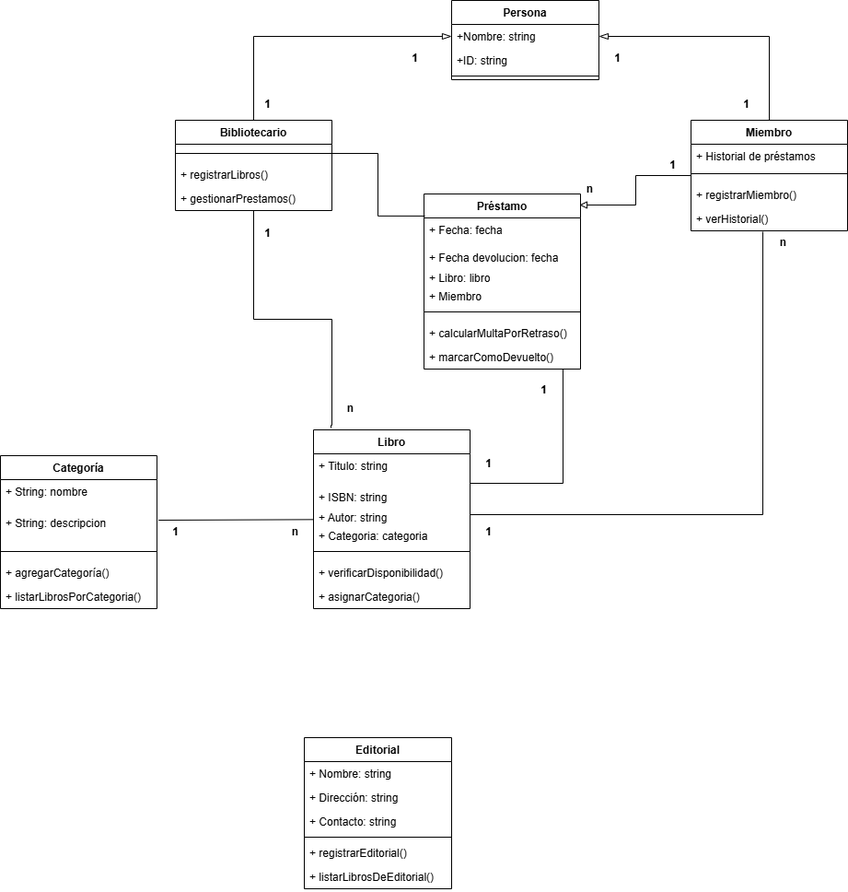
Before: diagramas_clases_biblioteca_2.drawio.png, a diagram exported from draw.io (Cdiagal/Realizaci-n-del-diagrama-de-clases). Source tidied: cells renumbered, new cells last; positions are measured from the earlier drawing's top-left corner, leaving out a move shared by most shapes.
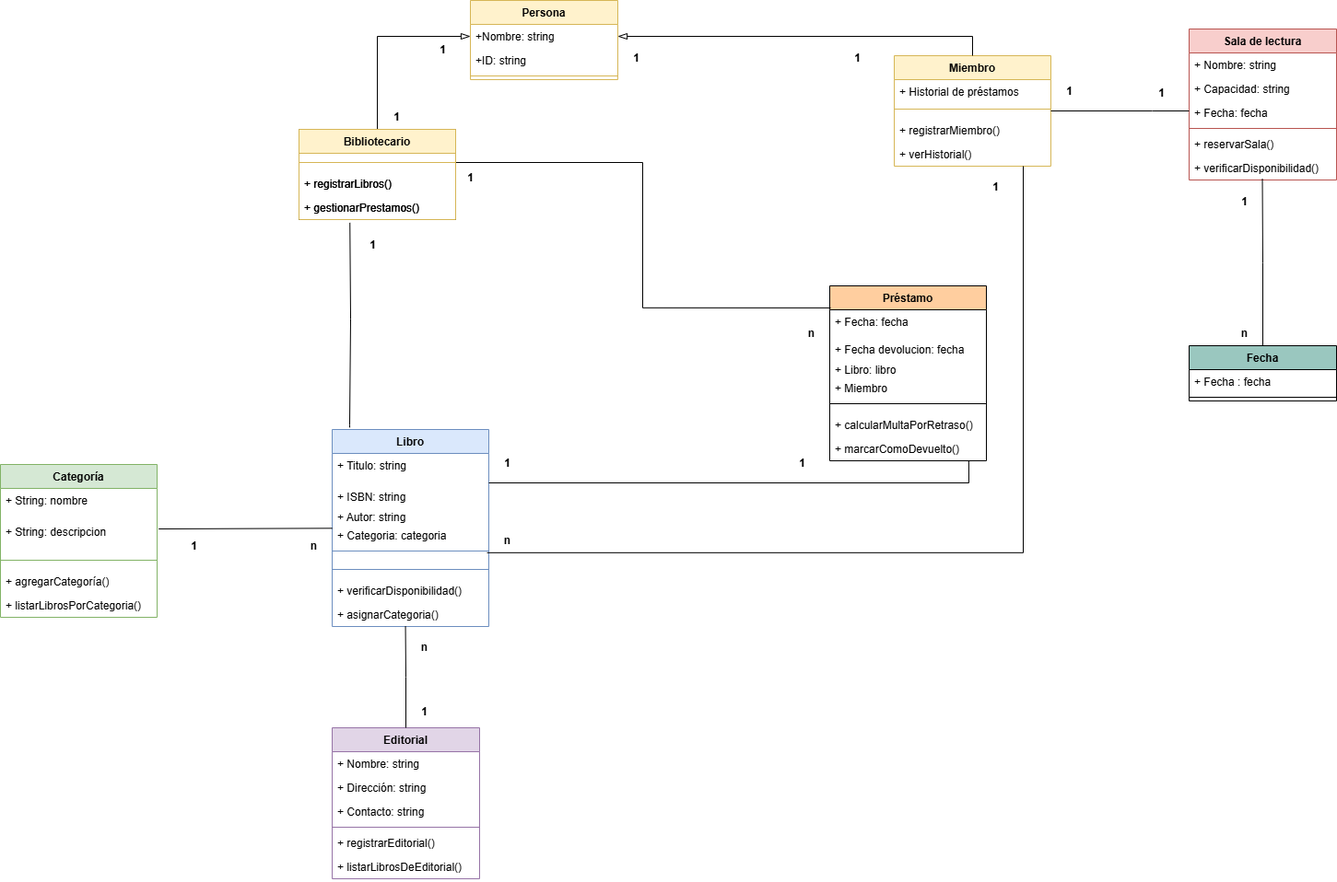
The same diagram one commit later.

What changed in the source:
```diff
@@ -4,4 +4,4 @@
     <mxCell id="1" parent="0" />
-    <mxCell id="2" value="Libro" style="swimlane;fontStyle=1;align=center;verticalAlign=top;horizontal=1;startSize=26;whiteSpace=wrap;html=1;" parent="1" vertex="1">
-      <mxGeometry x="340" y="466" width="170" height="194" as="geometry" />
+    <mxCell id="2" value="Libro" style="swimlane;fontStyle=1;align=center;verticalAlign=top;horizontal=1;startSize=26;whiteSpace=wrap;html=1;fillColor=#dae8fc;strokeColor=#6c8ebf;" parent="1" vertex="1">
+      <mxGeometry x="340" y="466" width="170" height="214" as="geometry" />
     </mxCell>
@@ -22,10 +22,13 @@
     </mxCell>
+    <mxCell id="66" style="line;strokeWidth=1;fillColor=none;align=left;verticalAlign=middle;spacingTop=-1;spacingLeft=3;spacingRight=3;labelPosition=right;strokeColor=inherit;" parent="2" vertex="1">
+      <mxGeometry y="142" width="170" height="20" as="geometry" />
+    </mxCell>
     <mxCell id="8" value="+ verificarDisponibilidad()" style="text;strokeColor=none;fillColor=none;align=left;verticalAlign=top;spacingLeft=4;spacingRight=4;overflow=hidden;whiteSpace=wrap;html=1;" parent="2" vertex="1">
-      <mxGeometry y="142" width="170" height="26" as="geometry" />
+      <mxGeometry y="162" width="170" height="26" as="geometry" />
     </mxCell>
     <mxCell id="9" value="+ asignarCategoria()" style="text;strokeColor=none;fillColor=none;align=left;verticalAlign=top;spacingLeft=4;spacingRight=4;overflow=hidden;points=[[0,0.5],[1,0.5]];portConstraint=eastwest;whiteSpace=wrap;html=1;" parent="2" vertex="1">
-      <mxGeometry y="168" width="170" height="26" as="geometry" />
+      <mxGeometry y="188" width="170" height="26" as="geometry" />
     </mxCell>
-    <mxCell id="10" value="Miembro" style="swimlane;fontStyle=1;align=center;verticalAlign=top;horizontal=1;startSize=26;whiteSpace=wrap;html=1;" parent="1" vertex="1">
-      <mxGeometry x="750" y="130" width="170" height="120" as="geometry" />
+    <mxCell id="10" value="Miembro" style="swimlane;fontStyle=1;align=center;verticalAlign=top;horizontal=1;startSize=26;whiteSpace=wrap;html=1;fillColor=#fff2cc;strokeColor=#d6b656;" parent="1" vertex="1">
+      <mxGeometry x="950" y="60" width="170" height="120" as="geometry" />
     </mxCell>
@@ -43,4 +46,4 @@
     </mxCell>
-    <mxCell id="15" value="Préstamo" style="swimlane;fontStyle=1;align=center;verticalAlign=top;horizontal=1;startSize=26;whiteSpace=wrap;html=1;" parent="1" vertex="1">
-      <mxGeometry x="460" y="210" width="170" height="190" as="geometry" />
+    <mxCell id="15" value="Préstamo" style="swimlane;fontStyle=1;align=center;verticalAlign=top;horizontal=1;startSize=26;whiteSpace=wrap;html=1;fillColor=#FFCE9F;" parent="1" vertex="1">
+      <mxGeometry x="880" y="310" width="170" height="190" as="geometry" />
     </mxCell>
@@ -71,3 +74,3 @@
     <mxCell id="24" value="Bibliotecario" style="swimlane;fontStyle=1;align=center;verticalAlign=top;horizontal=1;startSize=26;whiteSpace=wrap;html=1;" parent="1" vertex="1">
-      <mxGeometry x="190" y="130" width="170" height="98" as="geometry" />
+      <mxGeometry x="304" y="140" width="170" height="98" as="geometry" />
     </mxCell>
@@ -82,10 +85,8 @@
     </mxCell>
-    <mxCell id="28" style="edgeStyle=orthogonalEdgeStyle;rounded=0;jettySize=auto;html=1;entryX=0.5;entryY=1.038;entryDx=0;entryDy=0;entryPerimeter=0;endArrow=none;endFill=0;exitX=0.112;exitY=-0.01;exitDx=0;exitDy=0;exitPerimeter=0;" parent="1" edge="1" source="2">
+    <mxCell id="28" style="edgeStyle=orthogonalEdgeStyle;rounded=0;jettySize=auto;html=1;entryX=0.325;entryY=1.132;entryDx=0;entryDy=0;entryPerimeter=0;endArrow=none;endFill=0;exitX=0.112;exitY=-0.01;exitDx=0;exitDy=0;exitPerimeter=0;" parent="1" edge="1" source="2" target="70">
       <mxGeometry relative="1" as="geometry">
-        <mxPoint x="275" y="228" as="targetPoint" />
         <Array as="points">
           <mxPoint x="359" y="461" />
-          <mxPoint x="360" y="461" />
           <mxPoint x="360" y="346" />
-          <mxPoint x="275" y="346" />
+          <mxPoint x="85" y="346" />
         </Array>
@@ -93,4 +94,4 @@
     </mxCell>
-    <mxCell id="29" value="Categoría" style="swimlane;fontStyle=1;align=center;verticalAlign=top;horizontal=1;startSize=26;whiteSpace=wrap;html=1;" parent="1" vertex="1">
-      <mxGeometry y="494" width="170" height="166" as="geometry" />
+    <mxCell id="29" value="Categoría" style="swimlane;fontStyle=1;align=center;verticalAlign=top;horizontal=1;startSize=26;whiteSpace=wrap;html=1;fillColor=#d5e8d4;strokeColor=#82b366;" parent="1" vertex="1">
+      <mxGeometry x="-20" y="504" width="170" height="166" as="geometry" />
     </mxCell>
@@ -118,8 +119,8 @@
     <mxCell id="37" value="n" style="text;align=center;fontStyle=1;verticalAlign=middle;spacingLeft=3;spacingRight=3;strokeColor=none;html=1;" parent="1" vertex="1">
-      <mxGeometry x="280" y="564" width="80" height="26" as="geometry" />
+      <mxGeometry x="280" y="580" width="80" height="26" as="geometry" />
     </mxCell>
     <mxCell id="38" value="1" style="text;align=center;fontStyle=1;verticalAlign=middle;spacingLeft=3;spacingRight=3;strokeColor=none;html=1;" parent="1" vertex="1">
-      <mxGeometry x="150" y="564" width="80" height="26" as="geometry" />
+      <mxGeometry x="150" y="580" width="80" height="26" as="geometry" />
     </mxCell>
-    <mxCell id="39" value="Persona" style="swimlane;fontStyle=1;align=center;verticalAlign=top;horizontal=1;startSize=26;whiteSpace=wrap;html=1;" parent="1" vertex="1">
+    <mxCell id="39" value="Persona" style="swimlane;fontStyle=1;align=center;verticalAlign=top;horizontal=1;startSize=26;whiteSpace=wrap;html=1;fillColor=#fff2cc;strokeColor=#d6b656;" parent="1" vertex="1">
       <mxGeometry x="490" width="160" height="86" as="geometry" />
@@ -139,19 +140,7 @@
     <mxCell id="44" value="n" style="text;align=center;fontStyle=1;verticalAlign=middle;spacingLeft=3;spacingRight=3;strokeColor=none;html=1;" parent="1" vertex="1">
-      <mxGeometry x="340" y="430" width="80" height="26" as="geometry" />
+      <mxGeometry x="820" y="349" width="80" height="26" as="geometry" />
     </mxCell>
     <mxCell id="45" value="1" style="text;align=center;fontStyle=1;verticalAlign=middle;spacingLeft=3;spacingRight=3;strokeColor=none;html=1;" parent="1" vertex="1">
-      <mxGeometry x="250" y="240" width="80" height="26" as="geometry" />
+      <mxGeometry x="344" y="253" width="80" height="26" as="geometry" />
     </mxCell>
-    <mxCell id="46" style="edgeStyle=orthogonalEdgeStyle;rounded=0;jettySize=auto;html=1;entryX=1;entryY=0.5;entryDx=0;entryDy=0;exitX=0.459;exitY=1.038;exitDx=0;exitDy=0;exitPerimeter=0;endArrow=none;endFill=0;" parent="1" edge="1" source="14" target="5">
-      <mxGeometry relative="1" as="geometry" />
-    </mxCell>
-    <mxCell id="47" style="edgeStyle=orthogonalEdgeStyle;rounded=0;jettySize=auto;html=1;entryX=0.994;entryY=0.063;entryDx=0;entryDy=0;endArrow=block;endFill=0;exitX=0;exitY=0.5;exitDx=0;exitDy=0;entryPerimeter=0;" parent="1" edge="1" source="10" target="15">
-      <mxGeometry relative="1" as="geometry" />
-    </mxCell>
-    <mxCell id="48" value="1" style="text;align=center;fontStyle=1;verticalAlign=middle;spacingLeft=3;spacingRight=3;strokeColor=none;html=1;" parent="1" vertex="1">
-      <mxGeometry x="690" y="166" width="80" height="26" as="geometry" />
-    </mxCell>
-    <mxCell id="49" value="n" style="text;align=center;fontStyle=1;verticalAlign=middle;spacingLeft=3;spacingRight=3;strokeColor=none;html=1;" parent="1" vertex="1">
-      <mxGeometry x="600" y="192" width="80" height="26" as="geometry" />
-    </mxCell>
     <mxCell id="50" value="1" style="text;align=center;fontStyle=1;verticalAlign=middle;spacingLeft=3;spacingRight=3;strokeColor=none;html=1;" parent="1" vertex="1">
@@ -159,10 +148,4 @@
     </mxCell>
-    <mxCell id="51" value="1" style="text;align=center;fontStyle=1;verticalAlign=middle;spacingLeft=3;spacingRight=3;strokeColor=none;html=1;" parent="1" vertex="1">
-      <mxGeometry x="490" y="564" width="80" height="26" as="geometry" />
-    </mxCell>
-    <mxCell id="52" value="n" style="text;align=center;fontStyle=1;verticalAlign=middle;spacingLeft=3;spacingRight=3;strokeColor=none;html=1;" parent="1" vertex="1">
-      <mxGeometry x="810" y="250" width="80" height="26" as="geometry" />
-    </mxCell>
     <mxCell id="53" value="1" style="text;align=center;fontStyle=1;verticalAlign=middle;spacingLeft=3;spacingRight=3;strokeColor=none;html=1;" parent="1" vertex="1">
-      <mxGeometry x="550" y="410" width="80" height="26" as="geometry" />
+      <mxGeometry x="810" y="490" width="80" height="26" as="geometry" />
     </mxCell>
@@ -175,12 +158,12 @@
     <mxCell id="56" value="1" style="text;align=center;fontStyle=1;verticalAlign=middle;spacingLeft=3;spacingRight=3;strokeColor=none;html=1;" parent="1" vertex="1">
-      <mxGeometry x="770" y="100" width="80" height="26" as="geometry" />
+      <mxGeometry x="870" y="50" width="80" height="26" as="geometry" />
     </mxCell>
     <mxCell id="57" value="1" style="text;align=center;fontStyle=1;verticalAlign=middle;spacingLeft=3;spacingRight=3;strokeColor=none;html=1;" parent="1" vertex="1">
-      <mxGeometry x="250" y="100" width="80" height="26" as="geometry" />
+      <mxGeometry x="370" y="114" width="80" height="26" as="geometry" />
     </mxCell>
     <mxCell id="58" value="1" style="text;align=center;fontStyle=1;verticalAlign=middle;spacingLeft=3;spacingRight=3;strokeColor=none;html=1;" parent="1" vertex="1">
-      <mxGeometry x="410" y="50" width="80" height="26" as="geometry" />
+      <mxGeometry x="420" y="41" width="80" height="26" as="geometry" />
     </mxCell>
-    <mxCell id="59" value="Editorial" style="swimlane;fontStyle=1;align=center;verticalAlign=top;horizontal=1;startSize=26;whiteSpace=wrap;html=1;" parent="1" vertex="1">
-      <mxGeometry x="330" y="800" width="160" height="164" as="geometry" />
+    <mxCell id="59" value="Editorial" style="swimlane;fontStyle=1;align=center;verticalAlign=top;horizontal=1;startSize=26;whiteSpace=wrap;html=1;fillColor=#e1d5e7;strokeColor=#9673a6;" parent="1" vertex="1">
+      <mxGeometry x="340" y="790" width="160" height="164" as="geometry" />
     </mxCell>
@@ -204,2 +187,92 @@
     </mxCell>
+    <mxCell id="67" value="Bibliotecario" style="swimlane;fontStyle=1;align=center;verticalAlign=top;horizontal=1;startSize=26;whiteSpace=wrap;html=1;fillColor=#fff2cc;strokeColor=#d6b656;" parent="1" vertex="1">
+      <mxGeometry x="304" y="140" width="170" height="98" as="geometry" />
+    </mxCell>
+    <mxCell id="68" style="line;strokeWidth=1;fillColor=none;align=left;verticalAlign=middle;spacingTop=-1;spacingLeft=3;spacingRight=3;labelPosition=right;strokeColor=inherit;" parent="67" vertex="1">
+      <mxGeometry y="26" width="170" height="20" as="geometry" />
+    </mxCell>
+    <mxCell id="69" value="+ registrarLibros()" style="text;strokeColor=none;fillColor=none;align=left;verticalAlign=top;spacingLeft=4;spacingRight=4;overflow=hidden;whiteSpace=wrap;html=1;" parent="67" vertex="1">
+      <mxGeometry y="46" width="170" height="26" as="geometry" />
+    </mxCell>
+    <mxCell id="70" value="+ gestionarPrestamos()" style="text;strokeColor=none;fillColor=none;align=left;verticalAlign=top;spacingLeft=4;spacingRight=4;overflow=hidden;points=[[0,0.5],[1,0.5]];portConstraint=eastwest;whiteSpace=wrap;html=1;" parent="67" vertex="1">
+      <mxGeometry y="72" width="170" height="26" as="geometry" />
+    </mxCell>
+    <mxCell id="71" style="edgeStyle=orthogonalEdgeStyle;rounded=0;jettySize=auto;html=1;entryX=0.468;entryY=0.995;entryDx=0;entryDy=0;entryPerimeter=0;endArrow=none;endFill=0;" parent="1" edge="1" source="59" target="9">
+      <mxGeometry relative="1" as="geometry" />
+    </mxCell>
+    <mxCell id="72" value="1" style="text;align=center;fontStyle=1;verticalAlign=middle;spacingLeft=3;spacingRight=3;strokeColor=none;html=1;" parent="1" vertex="1">
+      <mxGeometry x="400" y="760" width="80" height="26" as="geometry" />
+    </mxCell>
+    <mxCell id="73" value="n" style="text;align=center;fontStyle=1;verticalAlign=middle;spacingLeft=3;spacingRight=3;strokeColor=none;html=1;" parent="1" vertex="1">
+      <mxGeometry x="400" y="690" width="80" height="26" as="geometry" />
+    </mxCell>
+    <mxCell id="74" value="Sala de lectura" style="swimlane;fontStyle=1;align=center;verticalAlign=top;horizontal=1;startSize=26;whiteSpace=wrap;html=1;fillColor=#f8cecc;strokeColor=#b85450;" parent="1" vertex="1">
+      <mxGeometry x="1270" y="31" width="160" height="164" as="geometry" />
+    </mxCell>
+    <mxCell id="75" value="+ Nombre: string" style="text;strokeColor=none;fillColor=none;align=left;verticalAlign=top;spacingLeft=4;spacingRight=4;overflow=hidden;whiteSpace=wrap;html=1;" parent="74" vertex="1">
+      <mxGeometry y="26" width="160" height="26" as="geometry" />
+    </mxCell>
+    <mxCell id="76" value="+ Capacidad: string" style="text;strokeColor=none;fillColor=none;align=left;verticalAlign=top;spacingLeft=4;spacingRight=4;overflow=hidden;whiteSpace=wrap;html=1;" parent="74" vertex="1">
+      <mxGeometry y="52" width="160" height="26" as="geometry" />
+    </mxCell>
+    <mxCell id="77" value="+ Fecha: fecha" style="text;strokeColor=none;fillColor=none;align=left;verticalAlign=top;spacingLeft=4;spacingRight=4;overflow=hidden;points=[[0,0.5],[1,0.5]];portConstraint=eastwest;whiteSpace=wrap;html=1;" parent="74" vertex="1">
+      <mxGeometry y="78" width="160" height="26" as="geometry" />
+    </mxCell>
+    <mxCell id="78" style="line;strokeWidth=1;fillColor=none;align=left;verticalAlign=middle;spacingTop=-1;spacingLeft=3;spacingRight=3;labelPosition=right;strokeColor=inherit;" parent="74" vertex="1">
+      <mxGeometry y="104" width="160" height="8" as="geometry" />
+    </mxCell>
+    <mxCell id="79" value="+ reservarSala()" style="text;strokeColor=none;fillColor=none;align=left;verticalAlign=top;spacingLeft=4;spacingRight=4;overflow=hidden;whiteSpace=wrap;html=1;" parent="74" vertex="1">
+      <mxGeometry y="112" width="160" height="26" as="geometry" />
+    </mxCell>
+    <mxCell id="80" value="+ verificarDisponibilidad()" style="text;strokeColor=none;fillColor=none;align=left;verticalAlign=top;spacingLeft=4;spacingRight=4;overflow=hidden;points=[[0,0.5],[1,0.5]];portConstraint=eastwest;whiteSpace=wrap;html=1;" parent="74" vertex="1">
+      <mxGeometry y="138" width="160" height="26" as="geometry" />
+    </mxCell>
+    <mxCell id="81" value="1" style="text;align=center;fontStyle=1;verticalAlign=middle;spacingLeft=3;spacingRight=3;strokeColor=none;html=1;" parent="1" vertex="1">
+      <mxGeometry x="1200" y="88" width="80" height="26" as="geometry" />
+    </mxCell>
+    <mxCell id="82" value="Fecha" style="swimlane;fontStyle=1;align=center;verticalAlign=top;horizontal=1;startSize=26;whiteSpace=wrap;html=1;fillColor=#9AC7BF;" parent="1" vertex="1">
+      <mxGeometry x="1270" y="375" width="160" height="60" as="geometry" />
+    </mxCell>
+    <mxCell id="83" value="+ Fecha : fecha" style="text;strokeColor=none;fillColor=none;align=left;verticalAlign=top;spacingLeft=4;spacingRight=4;overflow=hidden;whiteSpace=wrap;html=1;" parent="82" vertex="1">
+      <mxGeometry y="26" width="160" height="26" as="geometry" />
+    </mxCell>
+    <mxCell id="84" style="line;strokeWidth=1;fillColor=none;align=left;verticalAlign=middle;spacingTop=-1;spacingLeft=3;spacingRight=3;labelPosition=right;strokeColor=inherit;" parent="82" vertex="1">
+      <mxGeometry y="52" width="160" height="8" as="geometry" />
+    </mxCell>
+    <mxCell id="85" style="edgeStyle=orthogonalEdgeStyle;rounded=0;jettySize=auto;html=1;entryX=0.497;entryY=0.962;entryDx=0;entryDy=0;entryPerimeter=0;endArrow=none;endFill=0;" parent="1" edge="1" source="82" target="80">
+      <mxGeometry relative="1" as="geometry" />
+    </mxCell>
+    <mxCell id="86" style="edgeStyle=orthogonalEdgeStyle;rounded=0;jettySize=auto;html=1;entryX=1;entryY=0.5;entryDx=0;entryDy=0;endArrow=none;endFill=0;" parent="1" edge="1" source="77" target="10">
+      <mxGeometry relative="1" as="geometry">
+        <Array as="points">
+          <mxPoint x="1230" y="120" />
+          <mxPoint x="1230" y="120" />
+        </Array>
+      </mxGeometry>
+    </mxCell>
+    <mxCell id="87" value="1" style="text;align=center;fontStyle=1;verticalAlign=middle;spacingLeft=3;spacingRight=3;strokeColor=none;html=1;" parent="1" vertex="1">
+      <mxGeometry x="450" y="180" width="80" height="26" as="geometry" />
+    </mxCell>
+    <mxCell id="88" style="edgeStyle=orthogonalEdgeStyle;rounded=0;jettySize=auto;html=1;entryX=0.989;entryY=0.593;entryDx=0;entryDy=0;entryPerimeter=0;endArrow=none;endFill=0;" parent="1" edge="1" source="14" target="7">
+      <mxGeometry relative="1" as="geometry">
+        <Array as="points">
+          <mxPoint x="1090" y="600" />
+        </Array>
+      </mxGeometry>
+    </mxCell>
+    <mxCell id="89" value="n" style="text;align=center;fontStyle=1;verticalAlign=middle;spacingLeft=3;spacingRight=3;strokeColor=none;html=1;" parent="1" vertex="1">
+      <mxGeometry x="490" y="574" width="80" height="26" as="geometry" />
+    </mxCell>
+    <mxCell id="90" value="1" style="text;align=center;fontStyle=1;verticalAlign=middle;spacingLeft=3;spacingRight=3;strokeColor=none;html=1;" parent="1" vertex="1">
+      <mxGeometry x="1020" y="190" width="80" height="26" as="geometry" />
+    </mxCell>
+    <mxCell id="91" value="1" style="text;align=center;fontStyle=1;verticalAlign=middle;spacingLeft=3;spacingRight=3;strokeColor=none;html=1;" parent="1" vertex="1">
+      <mxGeometry x="1100" y="86" width="80" height="26" as="geometry" />
+    </mxCell>
+    <mxCell id="92" value="1" style="text;align=center;fontStyle=1;verticalAlign=middle;spacingLeft=3;spacingRight=3;strokeColor=none;html=1;" parent="1" vertex="1">
+      <mxGeometry x="1290" y="206" width="80" height="26" as="geometry" />
+    </mxCell>
+    <mxCell id="93" value="n" style="text;align=center;fontStyle=1;verticalAlign=middle;spacingLeft=3;spacingRight=3;strokeColor=none;html=1;" parent="1" vertex="1">
+      <mxGeometry x="1290" y="349" width="80" height="26" as="geometry" />
+    </mxCell>
   </root>
```
